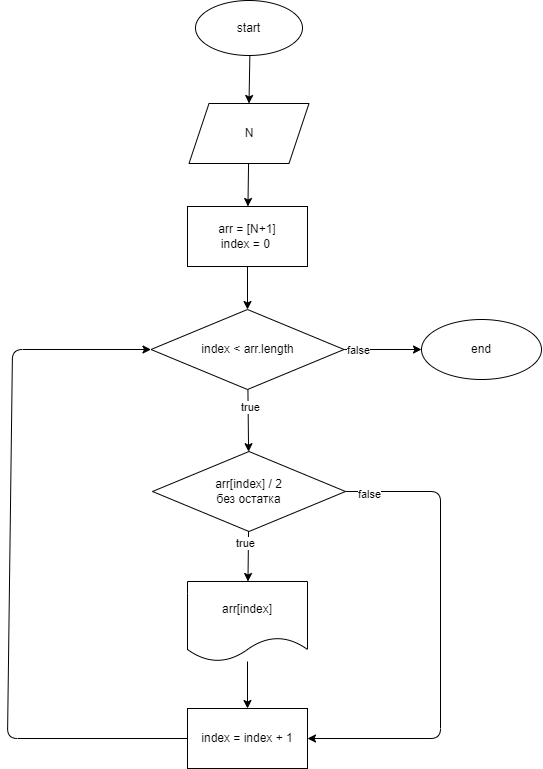
Above: task4/diagram.drawio.png in Chasik335/work_C- (draw.io), before the change. Source tidied: cells renumbered, new cells last; positions are measured from the earlier drawing's top-left corner, leaving out a move shared by most shapes.
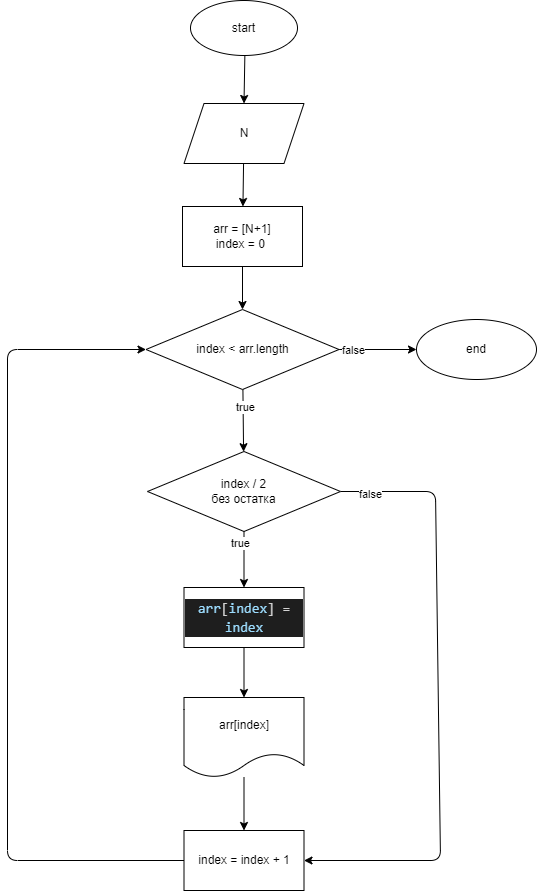
The same diagram one commit later.

Commit message:
Написал код, исправил схему, добавил инфу в readme

The edit, as a diff of the source:
```diff
@@ -35,39 +35,39 @@
     <mxCell id="12" value="index &amp;lt; arr.length" style="rhombus;whiteSpace=wrap;html=1;" parent="1" vertex="1">
       <mxGeometry x="143.5" y="309" width="193" height="80" as="geometry" />
     </mxCell>
-    <mxCell id="13" style="edgeStyle=none;html=1;" parent="1" edge="1" source="16" target="18">
-      <mxGeometry relative="1" as="geometry" />
-    </mxCell>
     <mxCell id="14" style="edgeStyle=none;html=1;entryX=1;entryY=0.5;entryDx=0;entryDy=0;" parent="1" edge="1" source="16" target="20">
       <mxGeometry relative="1" as="geometry">
         <Array as="points">
           <mxPoint x="433" y="491" />
-          <mxPoint x="433" y="738" />
+          <mxPoint x="438" y="860" />
         </Array>
       </mxGeometry>
     </mxCell>
     <mxCell id="15" value="false" style="edgeLabel;html=1;align=center;verticalAlign=middle;" parent="14" vertex="1">
       <mxGeometry x="-0.9" y="-2" relative="1" as="geometry" />
     </mxCell>
+    <mxCell id="23" style="edgeStyle=none;html=1;" parent="1" edge="1" source="16" target="25">
+      <mxGeometry relative="1" as="geometry" />
+    </mxCell>
-    <mxCell id="16" value="arr[index] / 2&lt;br&gt;без остатка" style="rhombus;whiteSpace=wrap;html=1;" parent="1" vertex="1">
+    <mxCell id="16" value="index / 2&lt;br&gt;без остатка" style="rhombus;whiteSpace=wrap;html=1;" parent="1" vertex="1">
       <mxGeometry x="145" y="451" width="193" height="80" as="geometry" />
     </mxCell>
     <mxCell id="17" style="edgeStyle=none;html=1;" parent="1" edge="1" source="18" target="20">
       <mxGeometry relative="1" as="geometry" />
     </mxCell>
     <mxCell id="18" value="arr[index]" style="shape=document;whiteSpace=wrap;html=1;boundedLbl=1;" parent="1" vertex="1">
-      <mxGeometry x="180" y="581" width="120" height="80" as="geometry" />
+      <mxGeometry x="181.5" y="697" width="120" height="80" as="geometry" />
     </mxCell>
     <mxCell id="19" style="edgeStyle=none;html=1;entryX=0;entryY=0.5;entryDx=0;entryDy=0;" parent="1" edge="1" source="20" target="12">
       <mxGeometry relative="1" as="geometry">
         <Array as="points">
-          <mxPoint y="738" />
+          <mxPoint x="5" y="860" />
           <mxPoint x="5" y="349" />
         </Array>
       </mxGeometry>
     </mxCell>
     <mxCell id="20" value="index = index + 1" style="whiteSpace=wrap;html=1;" parent="1" vertex="1">
-      <mxGeometry x="180" y="708" width="120" height="60" as="geometry" />
+      <mxGeometry x="181.5" y="830" width="120" height="60" as="geometry" />
     </mxCell>
     <mxCell id="21" value="true" style="edgeLabel;html=1;align=center;verticalAlign=middle;" parent="1" vertex="1">
       <mxGeometry x="252.6" y="416.5" as="geometry">
@@ -77,5 +77,11 @@
     <mxCell id="22" value="end" style="ellipse;whiteSpace=wrap;html=1;" parent="1" vertex="1">
       <mxGeometry x="414" y="319" width="120" height="60" as="geometry" />
     </mxCell>
+    <mxCell id="24" style="edgeStyle=none;html=1;entryX=0.5;entryY=0;entryDx=0;entryDy=0;" parent="1" edge="1" source="25" target="18">
+      <mxGeometry relative="1" as="geometry" />
+    </mxCell>
+    <mxCell id="25" value="&lt;div style=&quot;color: rgb(212 , 212 , 212) ; background-color: rgb(30 , 30 , 30) ; font-family: &amp;#34;consolas&amp;#34; , &amp;#34;courier new&amp;#34; , monospace ; font-size: 14px ; line-height: 19px&quot;&gt;&lt;span style=&quot;color: #9cdcfe&quot;&gt;arr&lt;/span&gt;[&lt;span style=&quot;color: #9cdcfe&quot;&gt;index&lt;/span&gt;] = &lt;span style=&quot;color: #9cdcfe&quot;&gt;index&lt;/span&gt;&lt;/div&gt;" style="whiteSpace=wrap;html=1;" parent="1" vertex="1">
+      <mxGeometry x="181.5" y="587" width="120" height="60" as="geometry" />
+    </mxCell>
   </root>
 </mxGraphModel>
```
